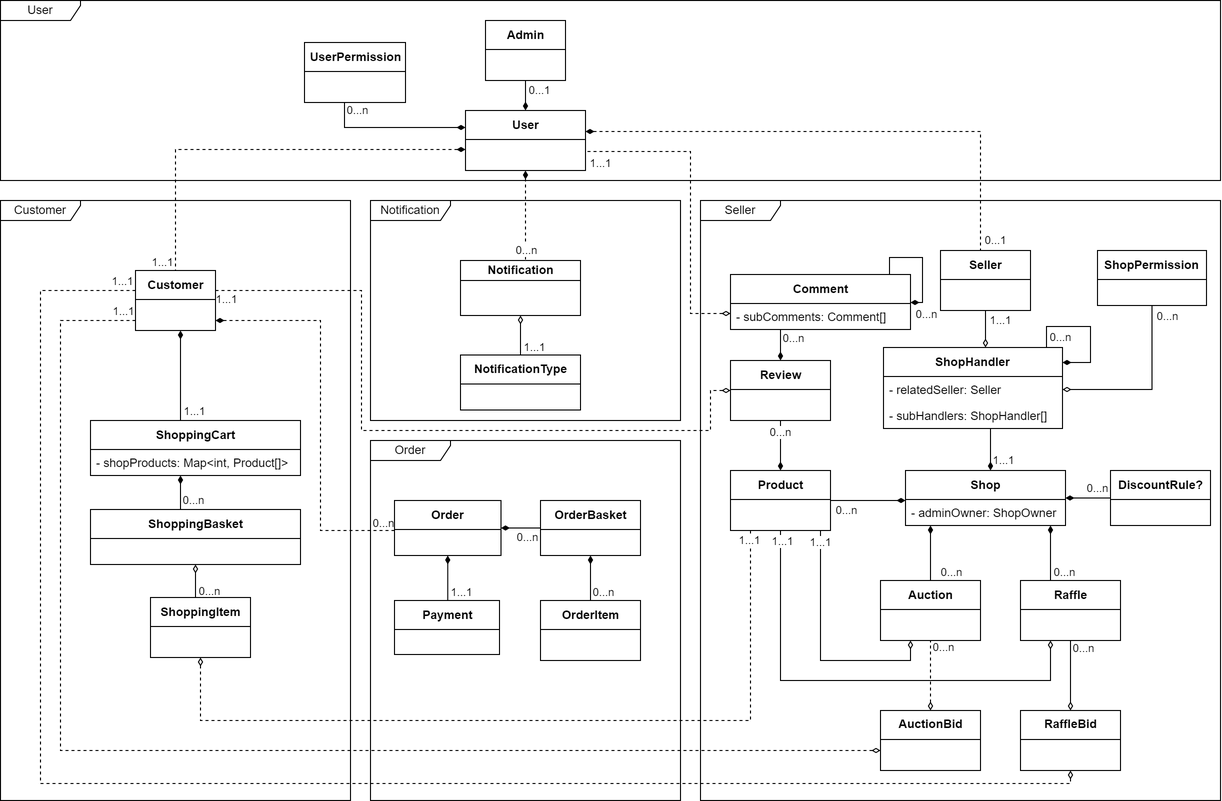
AlekseiTovkachev/shukersal-deal keeps this draw.io diagram as docs/Diagrams/UML.png. Above is the earlier version. Source tidied: cells renumbered, new cells last; positions are measured from the earlier drawing's top-left corner, leaving out a move shared by most shapes.
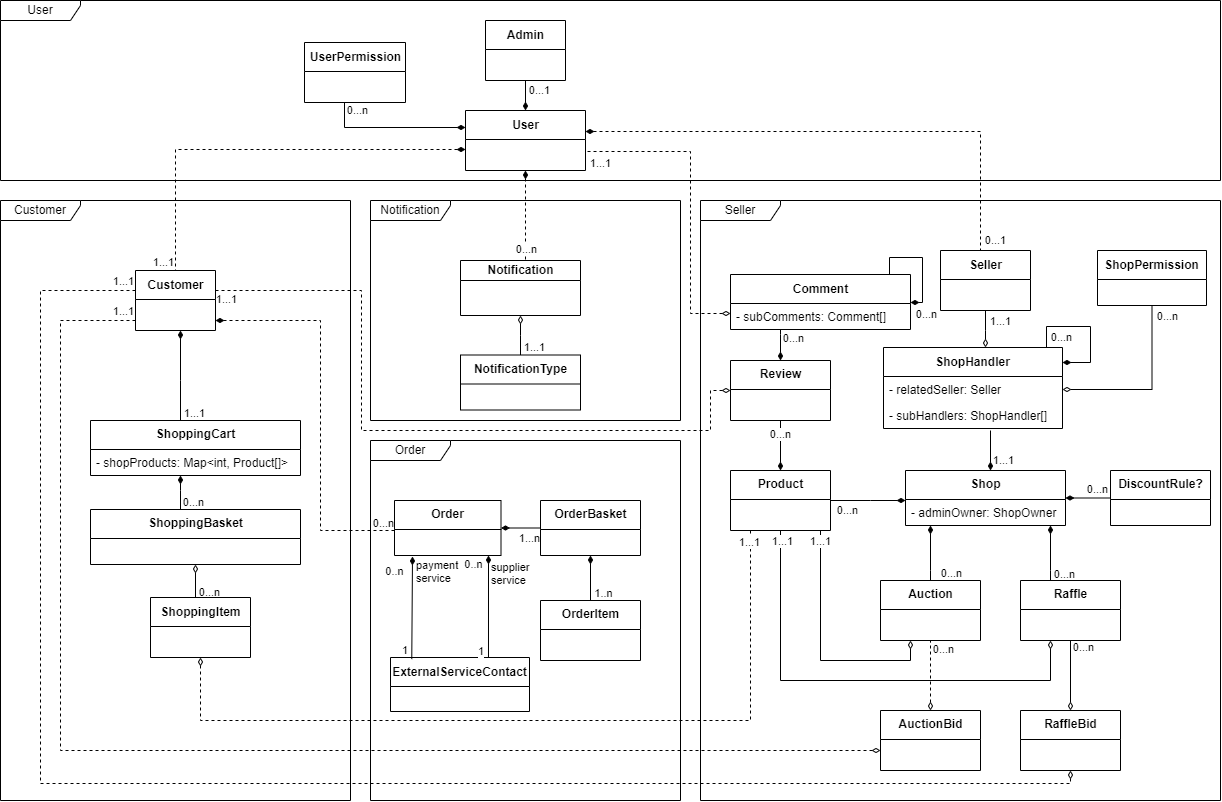
After the commit.

Commit message:
changes to UML diagram

What changed in the source:
```diff
@@ -129,23 +129,10 @@
         <mxPoint x="14" y="-1" as="offset" />
       </mxGeometry>
     </mxCell>
-    <mxCell id="27" style="edgeStyle=orthogonalEdgeStyle;rounded=0;jettySize=auto;html=1;endArrow=none;endFill=0;startArrow=diamondThin;startFill=1;" parent="1" edge="1" source="31" target="52">
-      <mxGeometry relative="1" as="geometry">
-        <Array as="points">
-          <mxPoint x="447" y="580" />
-          <mxPoint x="447" y="580" />
-        </Array>
-      </mxGeometry>
-    </mxCell>
-    <mxCell id="28" value="1...1" style="edgeLabel;html=1;align=center;verticalAlign=middle;" parent="27" vertex="1">
-      <mxGeometry x="0.77" y="1" relative="1" as="geometry">
-        <mxPoint x="12" y="-4" as="offset" />
-      </mxGeometry>
-    </mxCell>
     <mxCell id="29" style="edgeStyle=orthogonalEdgeStyle;rounded=0;jettySize=auto;html=1;startArrow=diamondThin;startFill=1;endArrow=none;endFill=0;" parent="1" edge="1" source="31" target="69">
       <mxGeometry relative="1" as="geometry" />
     </mxCell>
-    <mxCell id="30" value="0...n" style="edgeLabel;html=1;align=center;verticalAlign=middle;" parent="29" vertex="1">
+    <mxCell id="30" value="1...n" style="edgeLabel;html=1;align=center;verticalAlign=middle;" parent="29" vertex="1">
       <mxGeometry x="0.68" y="-2" relative="1" as="geometry">
         <mxPoint x="-7" y="7" as="offset" />
       </mxGeometry>
@@ -252,8 +239,8 @@
     <mxCell id="51" value="Product" style="swimlane;fontStyle=1;align=center;verticalAlign=middle;horizontal=1;startSize=29;html=1;" parent="1" vertex="1">
       <mxGeometry x="730" y="470" width="100" height="60" as="geometry" />
     </mxCell>
-    <mxCell id="52" value="Payment" style="swimlane;fontStyle=1;align=center;verticalAlign=middle;horizontal=1;startSize=29;html=1;" parent="1" vertex="1">
-      <mxGeometry x="394" y="600" width="105" height="54" as="geometry" />
+    <mxCell id="52" value="ExternalServiceContact" style="swimlane;fontStyle=1;align=center;verticalAlign=middle;horizontal=1;startSize=29;html=1;" parent="1" vertex="1">
+      <mxGeometry x="390" y="657" width="139" height="54" as="geometry" />
     </mxCell>
     <mxCell id="53" value="DiscountRule?" style="swimlane;fontStyle=1;align=center;verticalAlign=middle;horizontal=1;startSize=29;html=1;" parent="1" vertex="1">
       <mxGeometry x="1110" y="470" width="100" height="55" as="geometry" />
@@ -316,7 +303,7 @@
     <mxCell id="67" style="edgeStyle=orthogonalEdgeStyle;rounded=0;jettySize=auto;html=1;startArrow=diamondThin;startFill=1;endArrow=none;endFill=0;" parent="1" edge="1" source="69" target="70">
       <mxGeometry relative="1" as="geometry" />
     </mxCell>
-    <mxCell id="68" value="0...n" style="edgeLabel;html=1;align=center;verticalAlign=middle;" parent="67" vertex="1">
+    <mxCell id="68" value="1..n" style="edgeLabel;html=1;align=center;verticalAlign=middle;" parent="67" vertex="1">
       <mxGeometry x="0.68" y="1" relative="1" as="geometry">
         <mxPoint x="11" y="-1" as="offset" />
       </mxGeometry>
@@ -496,5 +483,45 @@
         <mxPoint x="17" y="56" as="offset" />
       </mxGeometry>
     </mxCell>
+    <mxCell id="103" style="endArrow=none;html=1;rounded=0;endFill=0;startArrow=diamondThin;startFill=1;entryX=0.153;entryY=0.03;entryDx=0;entryDy=0;entryPerimeter=0;" parent="1" edge="1" target="52">
+      <mxGeometry relative="1" as="geometry">
+        <mxPoint x="412" y="556" as="sourcePoint" />
+      </mxGeometry>
+    </mxCell>
+    <mxCell id="104" value="0..n" style="edgeLabel;html=1;align=center;verticalAlign=middle;" parent="103" vertex="1">
+      <mxGeometry relative="1" as="geometry">
+        <mxPoint x="-19" y="-39" as="offset" />
+      </mxGeometry>
+    </mxCell>
+    <mxCell id="105" value="payment&lt;br&gt;service" style="edgeLabel;html=1;align=left;verticalAlign=bottom;" parent="103" vertex="1">
+      <mxGeometry x="-1" relative="1" as="geometry">
+        <mxPoint x="2" y="29" as="offset" />
+      </mxGeometry>
+    </mxCell>
+    <mxCell id="106" value="1" style="edgeLabel;html=1;align=right;verticalAlign=bottom;" parent="103" vertex="1">
+      <mxGeometry x="1" relative="1" as="geometry">
+        <mxPoint x="-5" y="-2" as="offset" />
+      </mxGeometry>
+    </mxCell>
+    <mxCell id="107" style="endArrow=none;html=1;rounded=0;entryX=0.705;entryY=0;entryDx=0;entryDy=0;entryPerimeter=0;endFill=0;startArrow=diamondThin;startFill=1;" parent="1" edge="1" target="52">
+      <mxGeometry relative="1" as="geometry">
+        <mxPoint x="488" y="555" as="sourcePoint" />
+      </mxGeometry>
+    </mxCell>
+    <mxCell id="108" value="0..n" style="edgeLabel;html=1;align=center;verticalAlign=middle;" parent="107" vertex="1">
+      <mxGeometry relative="1" as="geometry">
+        <mxPoint x="-16" y="-42" as="offset" />
+      </mxGeometry>
+    </mxCell>
+    <mxCell id="109" value="supplier&lt;br&gt;service" style="edgeLabel;html=1;align=left;verticalAlign=bottom;" parent="107" vertex="1">
+      <mxGeometry x="-1" relative="1" as="geometry">
+        <mxPoint x="1" y="32" as="offset" />
+      </mxGeometry>
+    </mxCell>
+    <mxCell id="110" value="1" style="edgeLabel;html=1;align=right;verticalAlign=bottom;" parent="107" vertex="1">
+      <mxGeometry x="1" relative="1" as="geometry">
+        <mxPoint x="-5" as="offset" />
+      </mxGeometry>
+    </mxCell>
   </root>
 </mxGraphModel>
```
